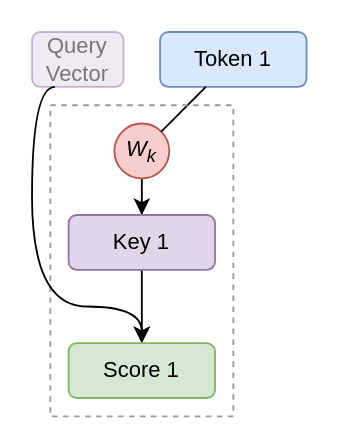
yshavit/llm-notes keeps this draw.io diagram as book/images/attention/llm-flow-self-attention-score.drawio. Above is the earlier version. Source tidied: cells renumbered, new cells numbered last; positions are measured from the earlier drawing's top-left corner, leaving out a move shared by most shapes. Both pictures are drawn from the tidied source at 183%, with x=0, y=0 at pixel (31, 31).
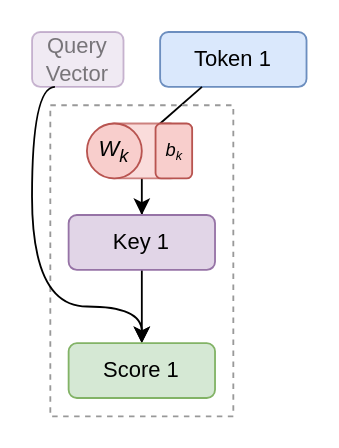
The same diagram, later.

Commit message (it also covers changes not shown here):
attention: add bias

What changed in the source:
```diff
@@
 <mxGraphModel>
   <root>
     <mxCell id="0" />
     <mxCell id="1" parent="0" />
     <mxCell id="2" value="Query Vector" style="rounded=1;whiteSpace=wrap;html=1;fillColor=#e1d5e7;strokeColor=#9673a6;opacity=50;fontColor=#00000080;" parent="1" vertex="1">
       <mxGeometry width="50" height="30" as="geometry" />
     </mxCell>
-    <mxCell id="3" style="edgeStyle=orthogonalEdgeStyle;rounded=0;jettySize=auto;html=1;" parent="1" edge="1" source="6" target="9">
+    <mxCell id="3" style="edgeStyle=orthogonalEdgeStyle;rounded=0;jettySize=auto;html=1;exitX=0.5;exitY=1;exitDx=0;exitDy=0;" parent="1" edge="1" source="12" target="9">
       <mxGeometry relative="1" as="geometry" />
     </mxCell>
     <mxCell id="4" value="Token 1" style="rounded=1;whiteSpace=wrap;html=1;fillColor=#dae8fc;strokeColor=#6c8ebf;" parent="1" vertex="1">
       <mxGeometry x="70" width="80" height="30" as="geometry" />
     </mxCell>
     <mxCell id="5" style="rounded=0;jettySize=auto;html=1;entryX=0.5;entryY=0;entryDx=0;entryDy=0;exitX=0.5;exitY=1;exitDx=0;exitDy=0;" parent="1" edge="1" source="9" target="11">
       <mxGeometry relative="1" as="geometry" />
     </mxCell>
-    <mxCell id="6" value="W&lt;sub&gt;k&lt;/sub&gt;" style="ellipse;whiteSpace=wrap;html=1;fontStyle=2;fillColor=#f8cecc;strokeColor=#b85450;" parent="1" vertex="1">
-      <mxGeometry x="45" y="50" width="30" height="30" as="geometry" />
-    </mxCell>
-    <mxCell id="7" style="endArrow=none;html=1;rounded=0;" parent="1" edge="1" source="6" target="4">
+    <mxCell id="7" style="endArrow=none;html=1;rounded=0;exitX=0.75;exitY=0;exitDx=0;exitDy=0;" parent="1" edge="1" source="12" target="4">
       <mxGeometry relative="1" as="geometry" />
     </mxCell>
     <mxCell id="8" style="rounded=0;whiteSpace=wrap;html=1;fillColor=none;strokeColor=#999999;dashed=1;align=right;verticalAlign=top;fontStyle=1;" parent="1" vertex="1">
       <mxGeometry x="10" y="40" width="100" height="170" as="geometry" />
     </mxCell>
     <mxCell id="9" value="&lt;span&gt;Key 1&lt;/span&gt;" style="rounded=1;whiteSpace=wrap;html=1;fillColor=#e1d5e7;strokeColor=#9673a6;fontStyle=0;" parent="1" vertex="1">
       <mxGeometry x="20" y="100" width="80" height="30" as="geometry" />
     </mxCell>
     <mxCell id="10" style="rounded=0;jettySize=auto;html=1;edgeStyle=orthogonalEdgeStyle;flowAnimation=0;curved=1;entryX=0.5;entryY=0;entryDx=0;entryDy=0;exitX=0.25;exitY=1;exitDx=0;exitDy=0;" parent="1" edge="1" source="2" target="11">
       <mxGeometry relative="1" as="geometry">
         <Array as="points">
           <mxPoint y="30" />
           <mxPoint y="150" />
           <mxPoint x="60" y="150" />
         </Array>
       </mxGeometry>
     </mxCell>
     <mxCell id="11" value="Score 1" style="rounded=1;whiteSpace=wrap;html=1;fillColor=#d5e8d4;strokeColor=#82b366;" parent="1" vertex="1">
       <mxGeometry x="20" y="170" width="80" height="30" as="geometry" />
     </mxCell>
+    <mxCell id="12" style="rounded=1;whiteSpace=wrap;html=1;fillColor=#f8cecc;strokeColor=#b85450;opacity=70;" parent="1" vertex="1">
+      <mxGeometry x="40" y="50" width="40" height="30" as="geometry" />
+    </mxCell>
+    <mxCell id="13" value="&lt;i&gt;b&lt;span style=&quot;font-size: 8.33333px;&quot;&gt;&lt;sub&gt;k&lt;/sub&gt;&lt;/span&gt;&lt;/i&gt;" style="rounded=1;whiteSpace=wrap;html=1;fillColor=#f8cecc;strokeColor=#b85450;fontSize=10;" parent="1" vertex="1">
+      <mxGeometry x="67.5" y="50" width="20" height="30" as="geometry" />
+    </mxCell>
+    <mxCell id="6" value="W&lt;sub&gt;k&lt;/sub&gt;" style="ellipse;whiteSpace=wrap;html=1;fontStyle=2;fillColor=#f8cecc;strokeColor=#b85450;" parent="1" vertex="1">
+      <mxGeometry x="30" y="50" width="30" height="30" as="geometry" />
+    </mxCell>
   </root>
 </mxGraphModel>
```
